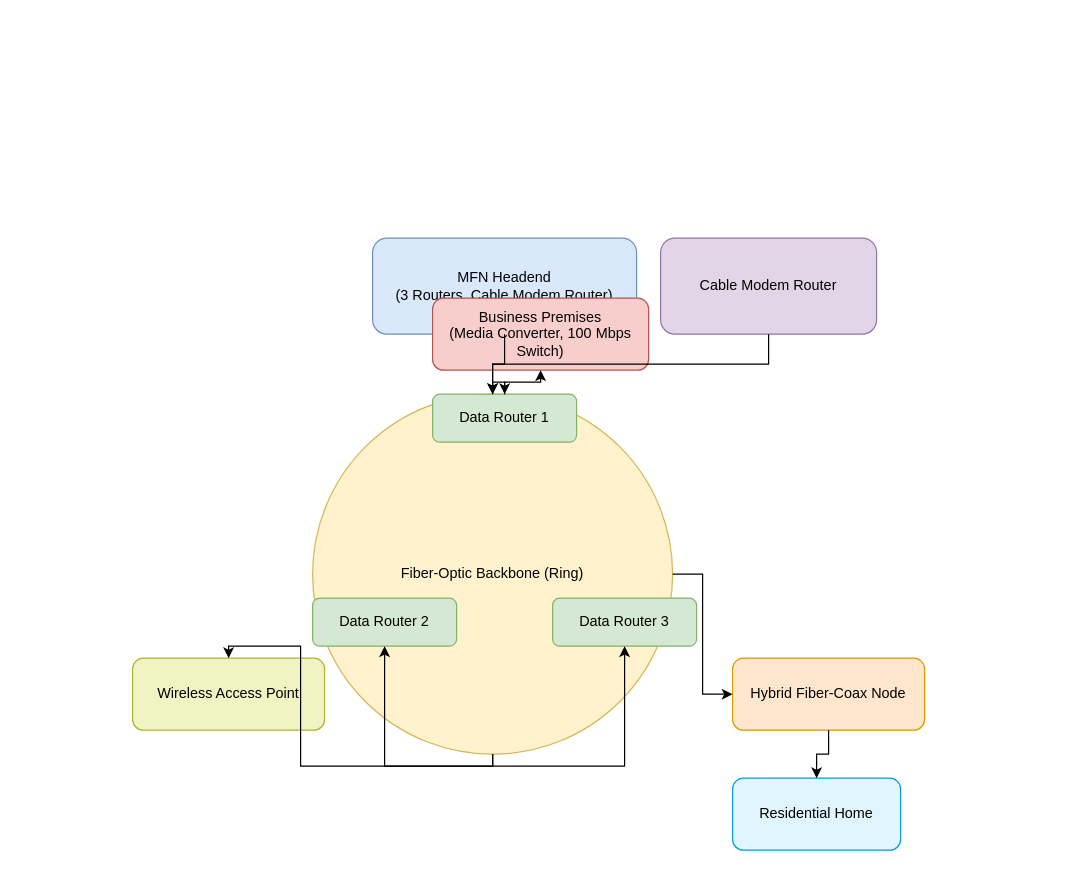
Before: MFN.drawio in LisanzaTabby/Lotus-Project, a draw.io diagram. Source tidied: cells renumbered, new cells numbered last; positions are measured from the earlier drawing's top-left corner, leaving out a move shared by most shapes. Both pictures are drawn from the tidied source at 120%, with x=0, y=0 at pixel (132, 238).
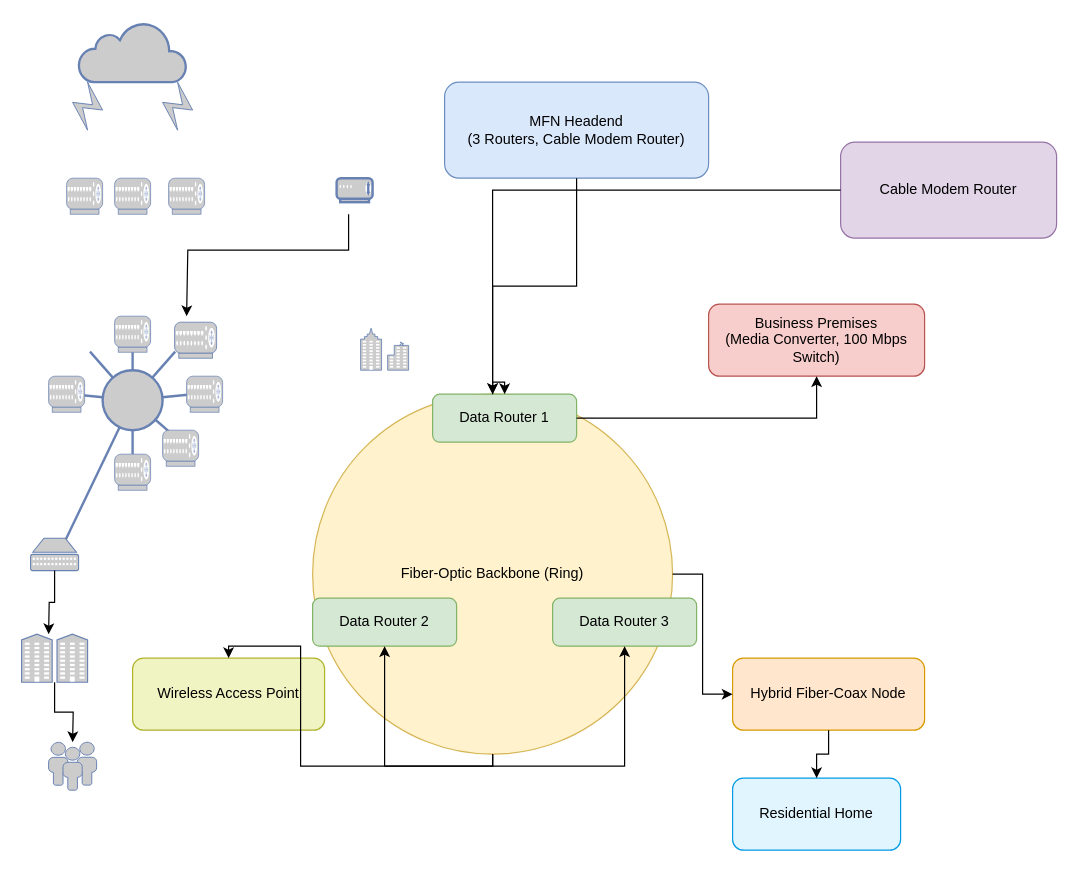
The same diagram, later.

What changed in the source:
```diff
@@
     <mxCell id="2" value="MFN Headend&#10;(3 Routers, Cable Modem Router)" style="rounded=1;whiteSpace=wrap;html=1;fillColor=#dae8fc;strokeColor=#6c8ebf;" parent="1" vertex="1">
-      <mxGeometry x="200" width="220" height="80" as="geometry" />
+      <mxGeometry x="260" y="-130" width="220" height="80" as="geometry" />
     </mxCell>
     <mxCell id="3" value="Cable Modem Router" style="rounded=1;whiteSpace=wrap;html=1;fillColor=#e1d5e7;strokeColor=#9673a6;" parent="1" vertex="1">
-      <mxGeometry x="440" width="180" height="80" as="geometry" />
+      <mxGeometry x="590" y="-80" width="180" height="80" as="geometry" />
     </mxCell>
@@
     <mxCell id="8" value="Business Premises&#10;(Media Converter, 100 Mbps Switch)" style="rounded=1;whiteSpace=wrap;html=1;fillColor=#f8cecc;strokeColor=#b85450;" parent="1" vertex="1">
-      <mxGeometry x="250" y="50" width="180" height="60" as="geometry" />
+      <mxGeometry x="480" y="55" width="180" height="60" as="geometry" />
     </mxCell>
@@
+    <mxCell id="21" style="html=1;fillColor=#CCCCCC;strokeColor=#6881B3;shape=ellipse;perimeter=ellipsePerimeter;gradientColor=none;gradientDirection=north;fontColor=#ffffff;strokeWidth=2;" parent="1" vertex="1">
+      <mxGeometry x="-25" y="110" width="50" height="50" as="geometry" />
+    </mxCell>
+    <mxCell id="22" style="strokeColor=#6881B3;edgeStyle=none;rounded=0;endArrow=none;dashed=0;html=1;strokeWidth=2;" parent="1" edge="1" source="35" target="21">
+      <mxGeometry relative="1" as="geometry" />
+    </mxCell>
+    <mxCell id="23" style="strokeColor=#6881B3;edgeStyle=none;rounded=0;endArrow=none;dashed=0;html=1;strokeWidth=2;" parent="1" edge="1" target="21">
+      <mxGeometry relative="1" as="geometry">
+        <mxPoint x="35.5" y="94.5" as="sourcePoint" />
+      </mxGeometry>
+    </mxCell>
+    <mxCell id="24" style="strokeColor=#6881B3;edgeStyle=none;rounded=0;endArrow=none;dashed=0;html=1;strokeWidth=2;" parent="1" edge="1" target="21">
+      <mxGeometry relative="1" as="geometry">
+        <mxPoint x="50" y="130" as="sourcePoint" />
+      </mxGeometry>
+    </mxCell>
+    <mxCell id="25" style="strokeColor=#6881B3;edgeStyle=none;rounded=0;endArrow=none;dashed=0;html=1;strokeWidth=2;" parent="1" edge="1" target="21">
+      <mxGeometry relative="1" as="geometry">
+        <mxPoint x="35.5" y="165.5" as="sourcePoint" />
+      </mxGeometry>
+    </mxCell>
+    <mxCell id="26" style="strokeColor=#6881B3;edgeStyle=none;rounded=0;endArrow=none;dashed=0;html=1;strokeWidth=2;" parent="1" edge="1" target="21">
+      <mxGeometry relative="1" as="geometry">
+        <mxPoint y="180" as="sourcePoint" />
+      </mxGeometry>
+    </mxCell>
+    <mxCell id="27" style="strokeColor=#6881B3;edgeStyle=none;rounded=0;endArrow=none;dashed=0;html=1;strokeWidth=2;" parent="1" edge="1" target="21">
+      <mxGeometry relative="1" as="geometry">
+        <mxPoint x="-60" y="260" as="sourcePoint" />
+      </mxGeometry>
+    </mxCell>
+    <mxCell id="28" style="strokeColor=#6881B3;edgeStyle=none;rounded=0;endArrow=none;dashed=0;html=1;strokeWidth=2;" parent="1" edge="1" target="21">
+      <mxGeometry relative="1" as="geometry">
+        <mxPoint x="-50" y="130" as="sourcePoint" />
+      </mxGeometry>
+    </mxCell>
+    <mxCell id="29" style="strokeColor=#6881B3;edgeStyle=none;rounded=0;endArrow=none;dashed=0;html=1;strokeWidth=2;" parent="1" edge="1" target="21">
+      <mxGeometry relative="1" as="geometry">
+        <mxPoint x="-35.5" y="94.5" as="sourcePoint" />
+      </mxGeometry>
+    </mxCell>
+    <mxCell id="30" style="fontColor=#0066CC;verticalAlign=top;verticalLabelPosition=bottom;labelPosition=center;align=center;html=1;fillColor=#CCCCCC;strokeColor=#6881B3;gradientColor=none;gradientDirection=north;strokeWidth=2;shape=mxgraph.networks.router;" parent="1" vertex="1">
+      <mxGeometry x="-15" y="180" width="30" height="30" as="geometry" />
+    </mxCell>
+    <mxCell id="31" style="fontColor=#0066CC;verticalAlign=top;verticalLabelPosition=bottom;labelPosition=center;align=center;html=1;fillColor=#CCCCCC;strokeColor=#6881B3;gradientColor=none;gradientDirection=north;strokeWidth=2;shape=mxgraph.networks.router;" parent="1" vertex="1">
+      <mxGeometry x="25" y="160" width="30" height="30" as="geometry" />
+    </mxCell>
+    <mxCell id="32" style="fontColor=#0066CC;verticalAlign=top;verticalLabelPosition=bottom;labelPosition=center;align=center;html=1;fillColor=#CCCCCC;strokeColor=#6881B3;gradientColor=none;gradientDirection=north;strokeWidth=2;shape=mxgraph.networks.router;" parent="1" vertex="1">
+      <mxGeometry x="-70" y="115" width="30" height="30" as="geometry" />
+    </mxCell>
+    <mxCell id="33" style="fontColor=#0066CC;verticalAlign=top;verticalLabelPosition=bottom;labelPosition=center;align=center;html=1;fillColor=#CCCCCC;strokeColor=#6881B3;gradientColor=none;gradientDirection=north;strokeWidth=2;shape=mxgraph.networks.router;" parent="1" vertex="1">
+      <mxGeometry x="45" y="115" width="30" height="30" as="geometry" />
+    </mxCell>
+    <mxCell id="34" style="strokeColor=#6881B3;edgeStyle=none;rounded=0;endArrow=none;dashed=0;html=1;strokeWidth=2;" parent="1" edge="1" target="35">
+      <mxGeometry relative="1" as="geometry">
+        <mxPoint y="80" as="sourcePoint" />
+      </mxGeometry>
+    </mxCell>
+    <mxCell id="35" style="fontColor=#0066CC;verticalAlign=top;verticalLabelPosition=bottom;labelPosition=center;align=center;html=1;outlineConnect=0;fillColor=#CCCCCC;strokeColor=#6881B3;gradientColor=none;gradientDirection=north;strokeWidth=2;shape=mxgraph.networks.router;" parent="1" vertex="1">
+      <mxGeometry x="-15" y="65" width="30" height="30" as="geometry" />
+    </mxCell>
+    <mxCell id="36" style="fontColor=#0066CC;verticalAlign=top;verticalLabelPosition=bottom;labelPosition=center;align=center;html=1;fillColor=#CCCCCC;strokeColor=#6881B3;gradientColor=none;gradientDirection=north;strokeWidth=2;shape=mxgraph.networks.router;" parent="1" vertex="1">
+      <mxGeometry x="35" y="70" width="35" height="30" as="geometry" />
+    </mxCell>
+    <mxCell id="37" style="html=1;fillColor=#CCCCCC;strokeColor=#6881B3;gradientColor=none;gradientDirection=north;strokeWidth=2;shape=mxgraph.networks.cloud;fontColor=#ffffff;" parent="1" vertex="1">
+      <mxGeometry x="-45" y="-180" width="90" height="50" as="geometry" />
+    </mxCell>
+    <mxCell id="38" style="fontColor=#0066CC;verticalAlign=top;verticalLabelPosition=bottom;labelPosition=center;align=center;html=1;fillColor=#CCCCCC;strokeColor=#6881B3;gradientColor=none;gradientDirection=north;strokeWidth=2;shape=mxgraph.networks.router;" parent="1" vertex="1">
+      <mxGeometry x="-55" y="-50" width="30" height="30" as="geometry" />
+    </mxCell>
+    <mxCell id="39" style="fontColor=#0066CC;verticalAlign=top;verticalLabelPosition=bottom;labelPosition=center;align=center;html=1;fillColor=#CCCCCC;strokeColor=#6881B3;gradientColor=none;gradientDirection=north;strokeWidth=2;shape=mxgraph.networks.router;" parent="1" vertex="1">
+      <mxGeometry x="-15" y="-50" width="30" height="30" as="geometry" />
+    </mxCell>
+    <mxCell id="40" style="fontColor=#0066CC;verticalAlign=top;verticalLabelPosition=bottom;labelPosition=center;align=center;html=1;fillColor=#CCCCCC;strokeColor=#6881B3;gradientColor=none;gradientDirection=north;strokeWidth=2;shape=mxgraph.networks.router;" parent="1" vertex="1">
+      <mxGeometry x="30" y="-50" width="30" height="30" as="geometry" />
+    </mxCell>
+    <mxCell id="41" style="fontColor=#0066CC;verticalAlign=top;verticalLabelPosition=bottom;labelPosition=center;align=center;html=1;fillColor=#CCCCCC;strokeColor=#6881B3;gradientColor=none;gradientDirection=north;strokeWidth=2;shape=mxgraph.networks.modem;" parent="1" vertex="1">
+      <mxGeometry x="170" y="-50" width="30" height="20" as="geometry" />
+    </mxCell>
+    <mxCell id="42" style="edgeStyle=orthogonalEdgeStyle;rounded=0;html=1;strokeColor=#000000;" parent="1" edge="1">
+      <mxGeometry relative="1" as="geometry">
+        <mxPoint x="180" y="-20" as="sourcePoint" />
+        <mxPoint x="45" y="65" as="targetPoint" />
+        <Array as="points">
+          <mxPoint x="180" y="10" />
+          <mxPoint x="46" y="10" />
+        </Array>
+      </mxGeometry>
+    </mxCell>
+    <mxCell id="43" style="fontColor=#0066CC;verticalAlign=top;verticalLabelPosition=bottom;labelPosition=center;align=center;html=1;outlineConnect=0;fillColor=#CCCCCC;strokeColor=#6881B3;gradientColor=none;gradientDirection=north;strokeWidth=2;shape=mxgraph.networks.patch_panel;" parent="1" vertex="1">
+      <mxGeometry x="-85" y="250" width="40" height="27" as="geometry" />
+    </mxCell>
+    <mxCell id="44" style="fontColor=#0066CC;verticalAlign=top;verticalLabelPosition=bottom;labelPosition=center;align=center;html=1;fillColor=#CCCCCC;strokeColor=#6881B3;gradientColor=none;gradientDirection=north;strokeWidth=2;shape=mxgraph.networks.comm_link;" parent="1" vertex="1">
+      <mxGeometry x="-50" y="-130" width="25" height="40" as="geometry" />
+    </mxCell>
+    <mxCell id="45" style="fontColor=#0066CC;verticalAlign=top;verticalLabelPosition=bottom;labelPosition=center;align=center;html=1;fillColor=#CCCCCC;strokeColor=#6881B3;gradientColor=none;gradientDirection=north;strokeWidth=2;shape=mxgraph.networks.comm_link;" parent="1" vertex="1">
+      <mxGeometry x="25" y="-130" width="25" height="40" as="geometry" />
+    </mxCell>
+    <mxCell id="46" style="edgeStyle=orthogonalEdgeStyle;rounded=0;html=1;strokeColor=#000000;exitX=0.5;exitY=1;exitDx=0;exitDy=0;exitPerimeter=0;" parent="1" edge="1" source="43">
+      <mxGeometry relative="1" as="geometry">
+        <mxPoint x="-70" y="330" as="targetPoint" />
+      </mxGeometry>
+    </mxCell>
+    <mxCell id="47" style="fontColor=#0066CC;verticalAlign=top;verticalLabelPosition=bottom;labelPosition=center;align=center;html=1;outlineConnect=0;fillColor=#CCCCCC;strokeColor=#6881B3;gradientColor=none;gradientDirection=north;strokeWidth=2;shape=mxgraph.networks.community;" parent="1" vertex="1">
+      <mxGeometry x="-92.5" y="330" width="55" height="40" as="geometry" />
+    </mxCell>
+    <mxCell id="48" style="fontColor=#0066CC;verticalAlign=top;verticalLabelPosition=bottom;labelPosition=center;align=center;html=1;fillColor=#CCCCCC;strokeColor=#6881B3;gradientColor=none;gradientDirection=north;strokeWidth=2;shape=mxgraph.networks.users;" parent="1" vertex="1">
+      <mxGeometry x="-70" y="420" width="40" height="40" as="geometry" />
+    </mxCell>
+    <mxCell id="49" style="edgeStyle=orthogonalEdgeStyle;rounded=0;html=1;strokeColor=#000000;" parent="1" edge="1" source="47">
+      <mxGeometry relative="1" as="geometry">
+        <mxPoint x="-50" y="420" as="targetPoint" />
+      </mxGeometry>
+    </mxCell>
+    <mxCell id="50" style="fontColor=#0066CC;verticalAlign=top;verticalLabelPosition=bottom;labelPosition=center;align=center;html=1;fillColor=#CCCCCC;strokeColor=#6881B3;gradientColor=none;gradientDirection=north;strokeWidth=2;shape=mxgraph.networks.business_center;" parent="1" vertex="1">
+      <mxGeometry x="190" y="75" width="40" height="35" as="geometry" />
+    </mxCell>
```
